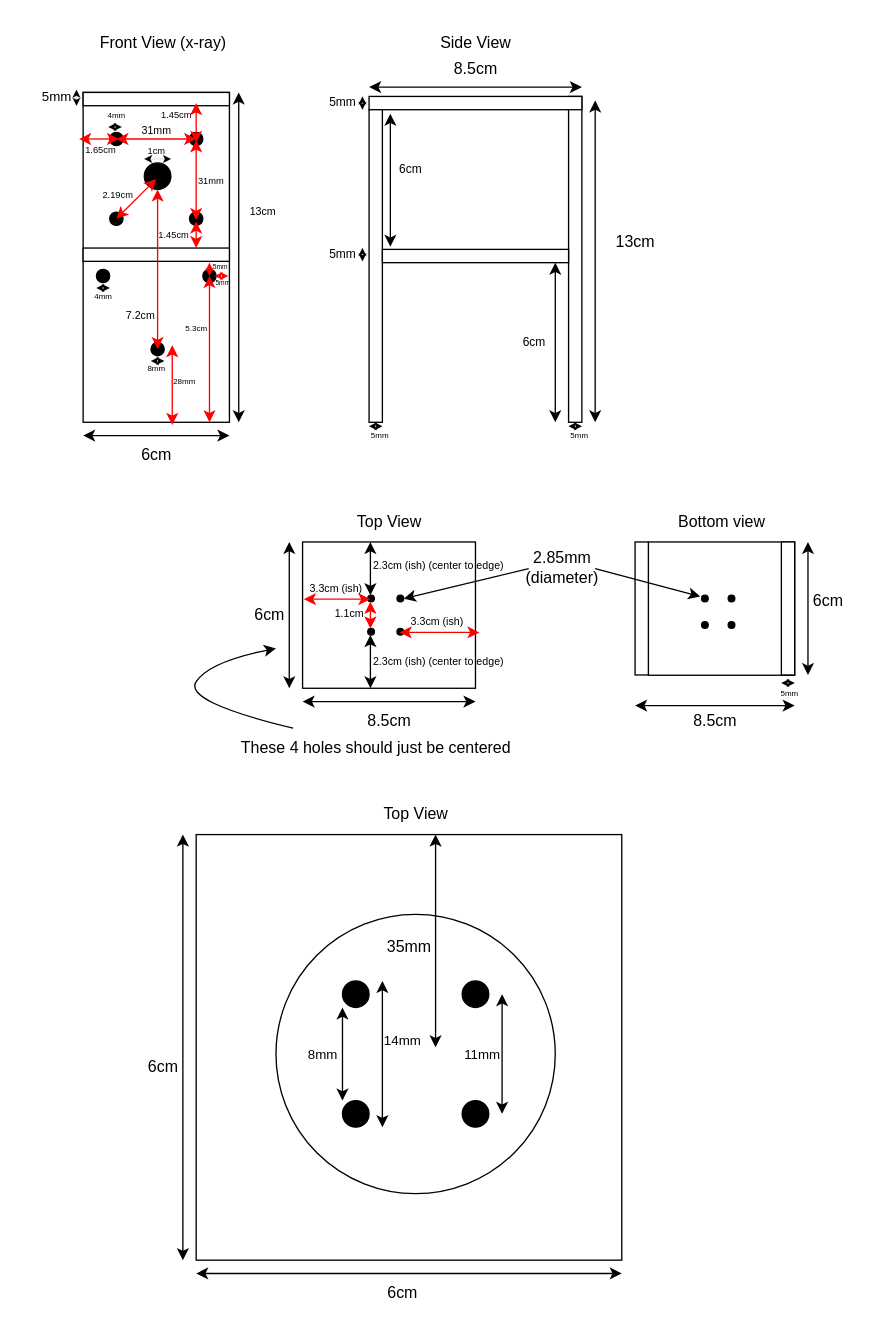
The draw.io diagram docs/schematics/ubracket/motormountU.drawio in kajgm/rolltech, before the edit. Source tidied: cells renumbered, new cells numbered last; positions are measured from the earlier drawing's top-left corner, leaving out a move shared by most shapes. Both pictures are drawn from the tidied source at 133%, with x=0, y=0 at pixel (23, 23).
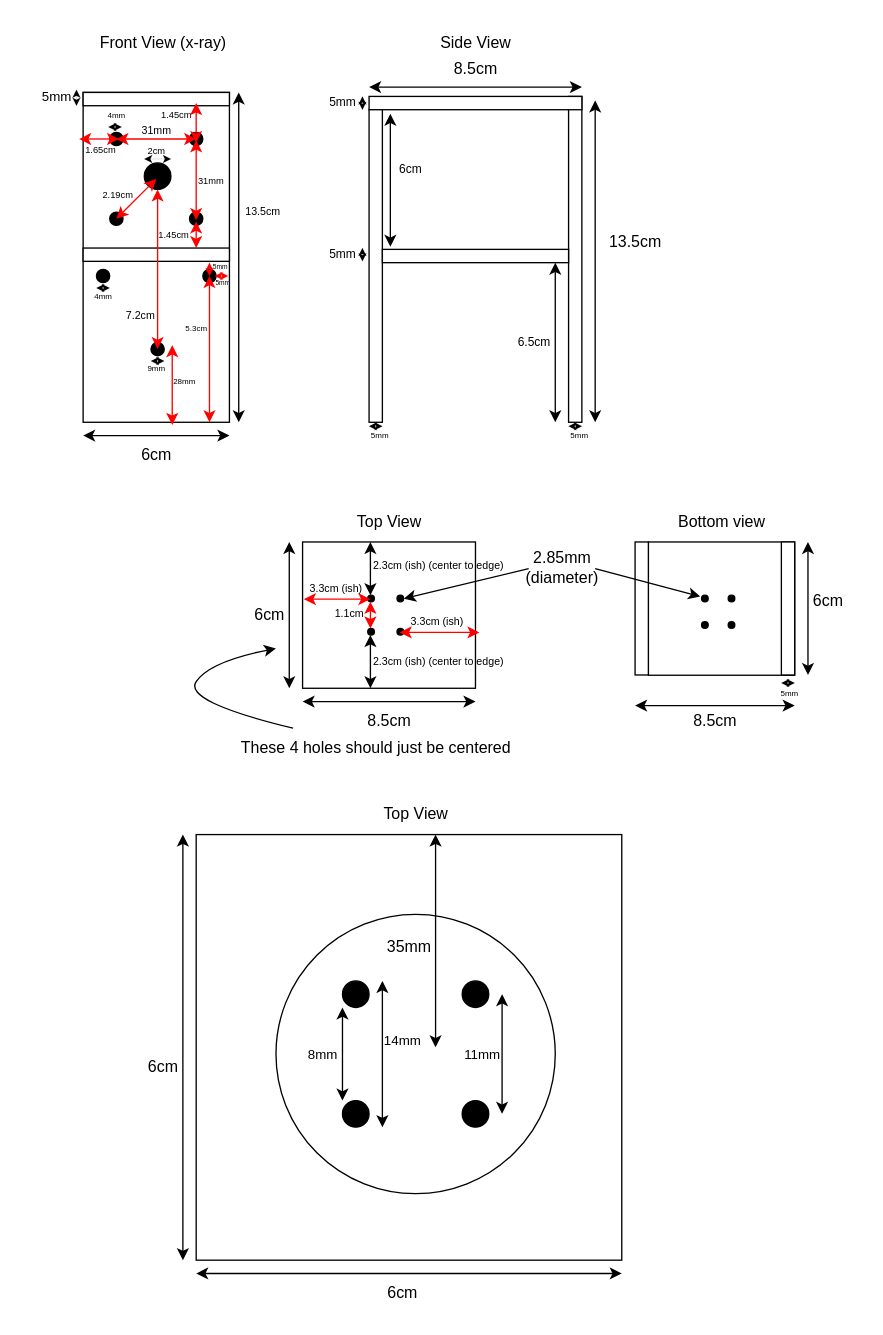
The same diagram, later.

What changed in the source:
```diff
@@
-    <mxCell id="31" value="13cm" style="text;html=1;align=center;verticalAlign=middle;strokeColor=none;fillColor=none;" parent="1" vertex="1">
-      <mxGeometry x="435" y="150" width="50" height="30" as="geometry" />
+    <mxCell id="31" value="13.5cm" style="text;html=1;align=center;verticalAlign=middle;strokeColor=none;fillColor=none;" parent="1" vertex="1">
+      <mxGeometry x="430" y="150" width="60" height="30" as="geometry" />
     </mxCell>
@@
-    <mxCell id="72" value="1cm" style="text;html=1;align=center;verticalAlign=middle;strokeColor=none;fillColor=none;fontSize=7;" parent="1" vertex="1">
+    <mxCell id="72" value="2cm" style="text;html=1;align=center;verticalAlign=middle;strokeColor=none;fillColor=none;fontSize=7;" parent="1" vertex="1">
       <mxGeometry x="80" y="87" width="40" height="20" as="geometry" />
     </mxCell>
@@
-    <mxCell id="83" value="8mm" style="text;html=1;align=center;verticalAlign=middle;strokeColor=none;fillColor=none;fontSize=6;fontColor=#000000;" parent="1" vertex="1">
+    <mxCell id="83" value="9mm" style="text;html=1;align=center;verticalAlign=middle;strokeColor=none;fillColor=none;fontSize=6;fontColor=#000000;" parent="1" vertex="1">
       <mxGeometry x="80" y="250" width="40" height="20" as="geometry" />
     </mxCell>
@@
-    <mxCell id="87" value="13cm" style="text;html=1;align=center;verticalAlign=middle;strokeColor=none;fillColor=none;fontSize=8;fontColor=#000000;" parent="1" vertex="1">
-      <mxGeometry x="160" y="132" width="40" height="20" as="geometry" />
+    <mxCell id="87" value="13.5cm" style="text;html=1;align=center;verticalAlign=middle;strokeColor=none;fillColor=none;fontSize=8;fontColor=#000000;" parent="1" vertex="1">
+      <mxGeometry x="155" y="132" width="50" height="20" as="geometry" />
     </mxCell>
@@
-    <mxCell id="122" value="6cm" style="text;html=1;align=center;verticalAlign=middle;strokeColor=none;fillColor=none;fontSize=9;" parent="1" vertex="1">
-      <mxGeometry x="364" y="230" width="40" height="20" as="geometry" />
+    <mxCell id="122" value="6.5cm" style="text;html=1;align=center;verticalAlign=middle;strokeColor=none;fillColor=none;fontSize=9;" parent="1" vertex="1">
+      <mxGeometry x="359" y="230" width="50" height="20" as="geometry" />
     </mxCell>
```
